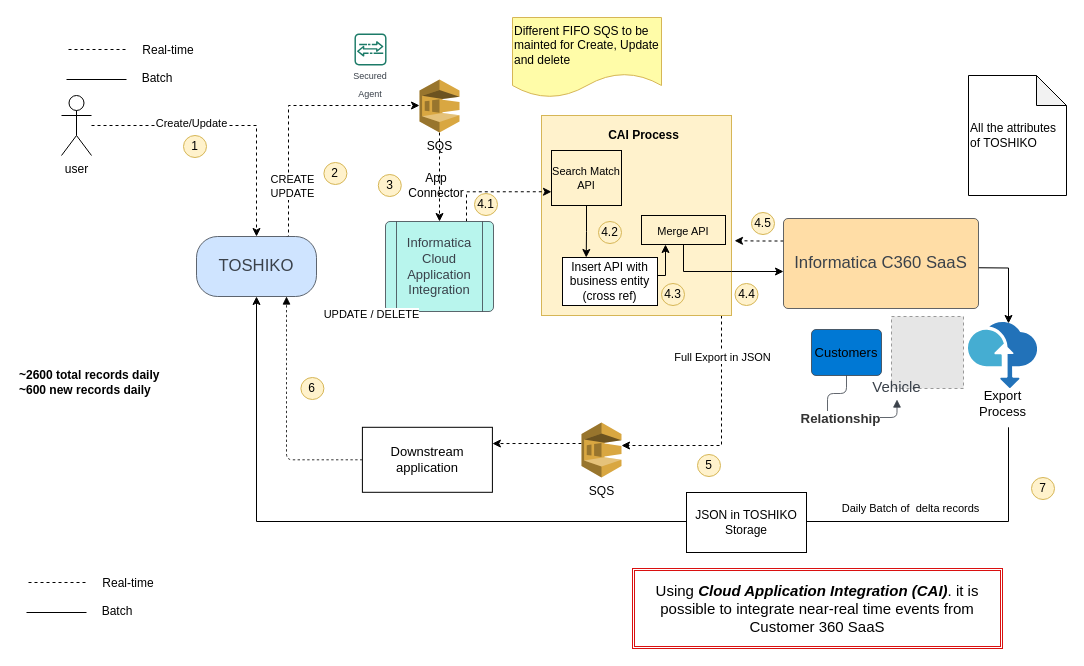
Earlier version of the draw.io diagram page "TOSHIKO" (4 of 4) of TME-Misc_Design.drawio (biswarup81/drawings). Source tidied: cells renumbered, new cells numbered last; positions are measured from the earlier drawing's top-left corner, leaving out a move shared by most shapes. Both pictures are drawn from the tidied source at 100%, with x=0, y=0 at pixel (17, 17). Pictures stored in the file or linked from it are replaced by grey dashed boxes.
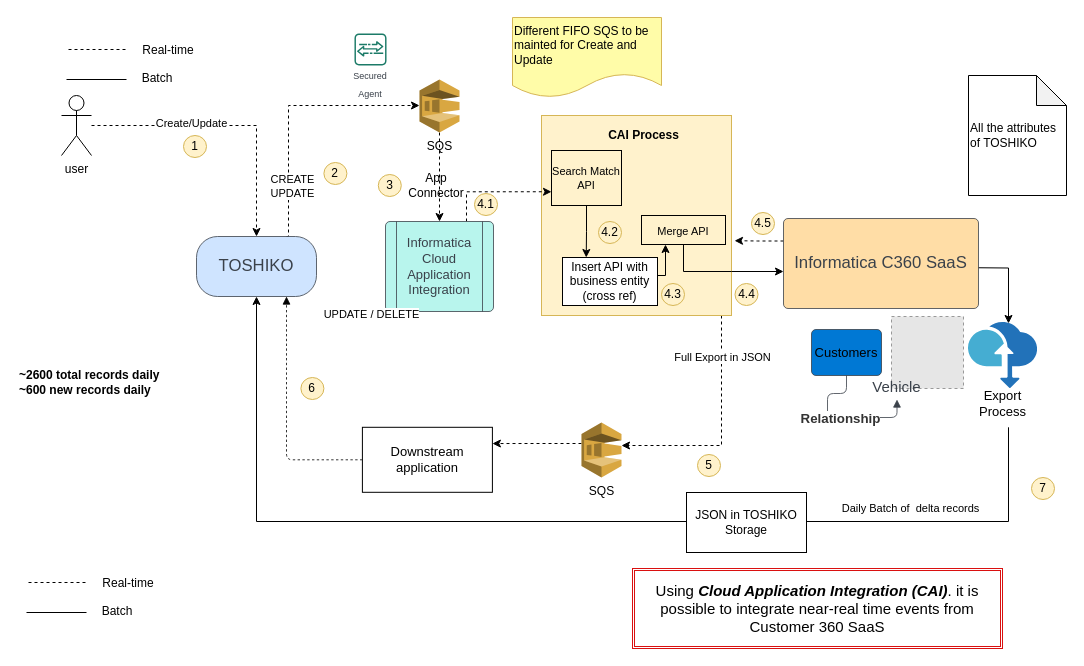
Above is the later version.

The edit, as a diff of the source:
```diff
@@
-    <mxCell id="54" value="Different FIFO SQS to be mainted for Create, Update and delete" style="shape=document;whiteSpace=wrap;html=1;boundedLbl=1;fillColor=#FFFCA8;strokeColor=#d6b656;align=left;" parent="1" vertex="1">
+    <mxCell id="54" value="Different FIFO SQS to be mainted for Create and Update" style="shape=document;whiteSpace=wrap;html=1;boundedLbl=1;fillColor=#FFFCA8;strokeColor=#d6b656;align=left;" parent="1" vertex="1">
       <mxGeometry x="495" width="149" height="80" as="geometry" />
     </mxCell>
```
